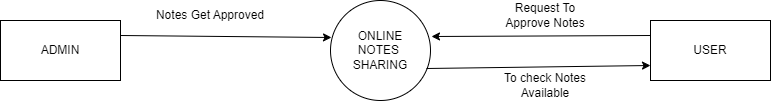
This is Diagrams/Context Level Diagram.png from prathamjc/TY-project, a draw.io export, as it was before one commit. Source tidied: cells renumbered, new cells last; positions are measured from the earlier drawing's top-left corner, leaving out a move shared by most shapes.
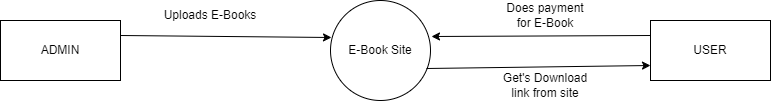
Above is the later version.

What changed in the source:
```diff
@@ -8,7 +8,7 @@
     <mxCell id="3" value="USER" style="rounded=0;whiteSpace=wrap;html=1;" parent="1" vertex="1">
       <mxGeometry x="650" y="20" width="120" height="60" as="geometry" />
     </mxCell>
-    <mxCell id="4" value="ONLINE&lt;br&gt;NOTES&amp;nbsp;&lt;br&gt;SHARING" style="ellipse;whiteSpace=wrap;html=1;" parent="1" vertex="1">
+    <mxCell id="4" value="E-Book Site" style="ellipse;whiteSpace=wrap;html=1;" parent="1" vertex="1">
       <mxGeometry x="330" width="100" height="100" as="geometry" />
     </mxCell>
     <mxCell id="5" style="endArrow=classic;html=1;rounded=0;entryX=0.01;entryY=0.37;entryDx=0;entryDy=0;entryPerimeter=0;exitX=1;exitY=0.25;exitDx=0;exitDy=0;" parent="1" edge="1" source="2" target="4">
@@ -20,13 +20,13 @@
     <mxCell id="7" style="endArrow=classic;html=1;rounded=0;exitX=0;exitY=0.25;exitDx=0;exitDy=0;entryX=1.01;entryY=0.36;entryDx=0;entryDy=0;entryPerimeter=0;" parent="1" edge="1" source="3" target="4">
       <mxGeometry relative="1" as="geometry" />
     </mxCell>
-    <mxCell id="8" value="Request To Approve Notes" style="text;html=1;strokeColor=none;fillColor=none;align=center;verticalAlign=middle;whiteSpace=wrap;rounded=0;" parent="1" vertex="1">
+    <mxCell id="8" value="Does payment for E-Book" style="text;html=1;strokeColor=none;fillColor=none;align=center;verticalAlign=middle;whiteSpace=wrap;rounded=0;" parent="1" vertex="1">
       <mxGeometry x="500" width="90" height="30" as="geometry" />
     </mxCell>
-    <mxCell id="9" value="To check Notes Available" style="text;html=1;strokeColor=none;fillColor=none;align=center;verticalAlign=middle;whiteSpace=wrap;rounded=0;" parent="1" vertex="1">
+    <mxCell id="9" value="Get's Download link from site" style="text;html=1;strokeColor=none;fillColor=none;align=center;verticalAlign=middle;whiteSpace=wrap;rounded=0;" parent="1" vertex="1">
       <mxGeometry x="495" y="70" width="100" height="30" as="geometry" />
     </mxCell>
-    <mxCell id="10" value="Notes Get Approved" style="text;html=1;strokeColor=none;fillColor=none;align=center;verticalAlign=middle;whiteSpace=wrap;rounded=0;" parent="1" vertex="1">
+    <mxCell id="10" value="Uploads E-Books" style="text;html=1;strokeColor=none;fillColor=none;align=center;verticalAlign=middle;whiteSpace=wrap;rounded=0;" parent="1" vertex="1">
       <mxGeometry x="145" width="130" height="30" as="geometry" />
     </mxCell>
   </root>
```
